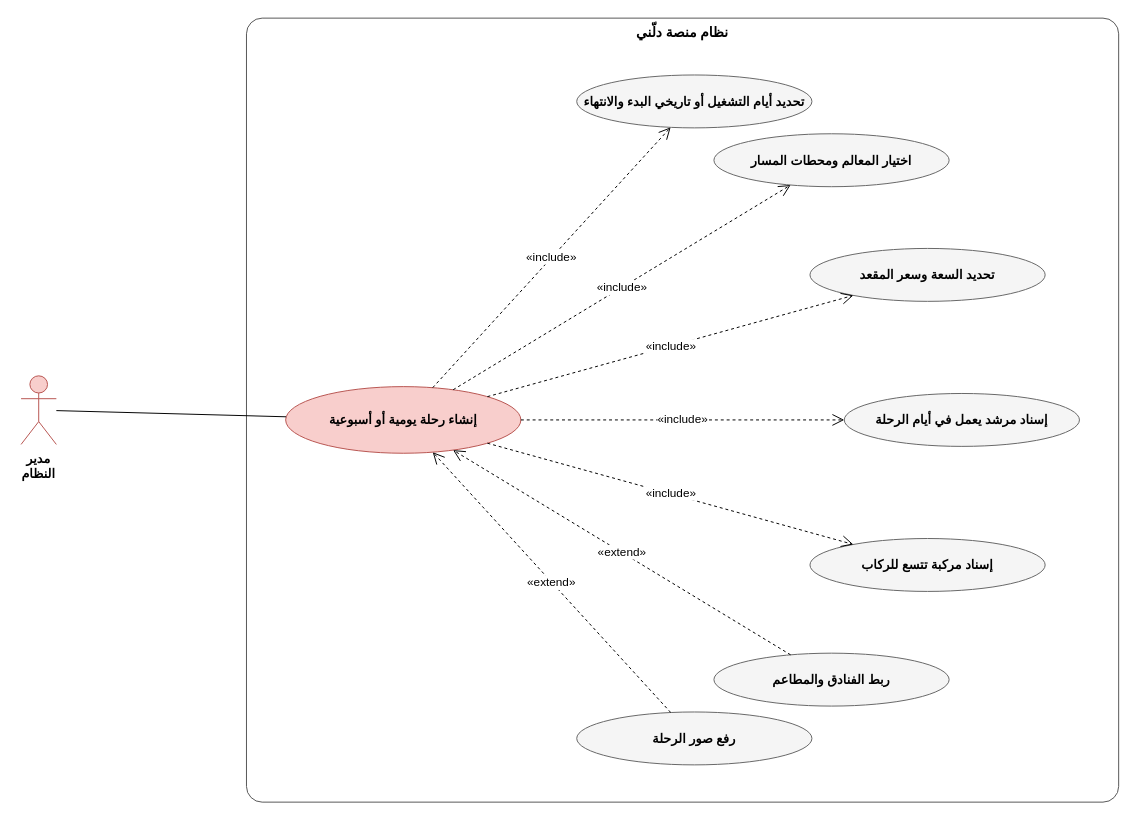
The draw.io diagram مخططات_التحليل_drawio/uc06_create_trip.drawio in masara-prog/Delni-project, before the edit. Source tidied: cells renumbered, new cells numbered last; positions are measured from the earlier drawing's top-left corner, leaving out a move shared by most shapes. Both pictures are drawn from the tidied source at 98%, with x=0, y=0 at pixel (21, 18).
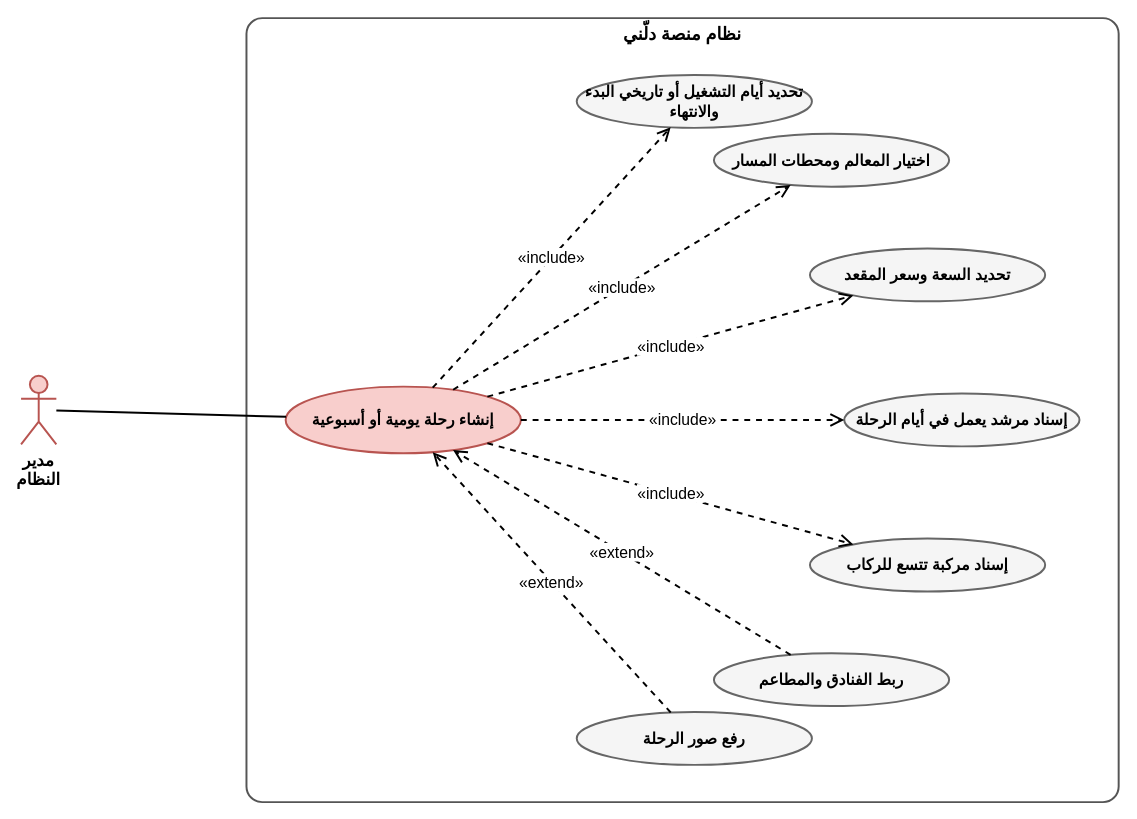
Above is the later version.

Change to the diagram source:
```diff
@@
 <mxGraphModel>
   <root>
     <mxCell id="0" />
     <mxCell id="1" parent="0" />
-    <mxCell id="2" value="إنشاء رحلة يومية أو أسبوعية" style="ellipse;html=1;whiteSpace=wrap;fontFamily=Arial;fontSize=13;fontStyle=1;fillColor=#f8cecc;strokeColor=#b85450;" parent="1" vertex="1">
+    <mxCell id="2" value="إنشاء رحلة يومية أو أسبوعية" style="ellipse;html=1;whiteSpace=wrap;fontFamily=Arial;fontSize=16;fontStyle=1;fillColor=#f8cecc;strokeColor=#b85450;strokeWidth=2;" parent="1" vertex="1">
       <mxGeometry x="270" y="376" width="240" height="68" as="geometry" />
     </mxCell>
-    <mxCell id="3" value="مدير النظام" style="shape=umlActor;verticalLabelPosition=bottom;verticalAlign=top;html=1;whiteSpace=wrap;fontFamily=Arial;fontSize=13;fontStyle=1;fillColor=#f8cecc;strokeColor=#b85450;" parent="1" vertex="1">
+    <mxCell id="3" value="مدير النظام" style="shape=umlActor;verticalLabelPosition=bottom;verticalAlign=top;html=1;whiteSpace=wrap;fontFamily=Arial;fontSize=17;fontStyle=1;fillColor=#f8cecc;strokeColor=#b85450;strokeWidth=2;" parent="1" vertex="1">
       <mxGeometry y="365" width="36" height="70" as="geometry" />
     </mxCell>
-    <mxCell id="4" value="تحديد أيام التشغيل أو تاريخي البدء والانتهاء" style="ellipse;html=1;whiteSpace=wrap;fontFamily=Arial;fontSize=13;fontStyle=1;fillColor=#f5f5f5;strokeColor=#666666;" parent="1" vertex="1">
+    <mxCell id="4" value="تحديد أيام التشغيل أو تاريخي البدء والانتهاء" style="ellipse;html=1;whiteSpace=wrap;fontFamily=Arial;fontSize=16;fontStyle=1;fillColor=#f5f5f5;strokeColor=#666666;strokeWidth=2;" parent="1" vertex="1">
       <mxGeometry x="567" y="58" width="240" height="54" as="geometry" />
     </mxCell>
-    <mxCell id="5" value="اختيار المعالم ومحطات المسار" style="ellipse;html=1;whiteSpace=wrap;fontFamily=Arial;fontSize=13;fontStyle=1;fillColor=#f5f5f5;strokeColor=#666666;" parent="1" vertex="1">
+    <mxCell id="5" value="اختيار المعالم ومحطات المسار" style="ellipse;html=1;whiteSpace=wrap;fontFamily=Arial;fontSize=16;fontStyle=1;fillColor=#f5f5f5;strokeColor=#666666;strokeWidth=2;" parent="1" vertex="1">
       <mxGeometry x="707" y="118" width="240" height="54" as="geometry" />
     </mxCell>
-    <mxCell id="6" value="تحديد السعة وسعر المقعد" style="ellipse;html=1;whiteSpace=wrap;fontFamily=Arial;fontSize=13;fontStyle=1;fillColor=#f5f5f5;strokeColor=#666666;" parent="1" vertex="1">
+    <mxCell id="6" value="تحديد السعة وسعر المقعد" style="ellipse;html=1;whiteSpace=wrap;fontFamily=Arial;fontSize=16;fontStyle=1;fillColor=#f5f5f5;strokeColor=#666666;strokeWidth=2;" parent="1" vertex="1">
       <mxGeometry x="805" y="235" width="240" height="54" as="geometry" />
     </mxCell>
-    <mxCell id="7" value="إسناد مرشد يعمل في أيام الرحلة" style="ellipse;html=1;whiteSpace=wrap;fontFamily=Arial;fontSize=13;fontStyle=1;fillColor=#f5f5f5;strokeColor=#666666;" parent="1" vertex="1">
+    <mxCell id="7" value="إسناد مرشد يعمل في أيام الرحلة" style="ellipse;html=1;whiteSpace=wrap;fontFamily=Arial;fontSize=16;fontStyle=1;fillColor=#f5f5f5;strokeColor=#666666;strokeWidth=2;" parent="1" vertex="1">
       <mxGeometry x="840" y="383" width="240" height="54" as="geometry" />
     </mxCell>
-    <mxCell id="8" value="إسناد مركبة تتسع للركاب" style="ellipse;html=1;whiteSpace=wrap;fontFamily=Arial;fontSize=13;fontStyle=1;fillColor=#f5f5f5;strokeColor=#666666;" parent="1" vertex="1">
+    <mxCell id="8" value="إسناد مركبة تتسع للركاب" style="ellipse;html=1;whiteSpace=wrap;fontFamily=Arial;fontSize=16;fontStyle=1;fillColor=#f5f5f5;strokeColor=#666666;strokeWidth=2;" parent="1" vertex="1">
       <mxGeometry x="805" y="531" width="240" height="54" as="geometry" />
     </mxCell>
-    <mxCell id="9" value="ربط الفنادق والمطاعم" style="ellipse;html=1;whiteSpace=wrap;fontFamily=Arial;fontSize=13;fontStyle=1;fillColor=#f5f5f5;strokeColor=#666666;" parent="1" vertex="1">
+    <mxCell id="9" value="ربط الفنادق والمطاعم" style="ellipse;html=1;whiteSpace=wrap;fontFamily=Arial;fontSize=16;fontStyle=1;fillColor=#f5f5f5;strokeColor=#666666;strokeWidth=2;" parent="1" vertex="1">
       <mxGeometry x="707" y="648" width="240" height="54" as="geometry" />
     </mxCell>
-    <mxCell id="10" value="رفع صور الرحلة" style="ellipse;html=1;whiteSpace=wrap;fontFamily=Arial;fontSize=13;fontStyle=1;fillColor=#f5f5f5;strokeColor=#666666;" parent="1" vertex="1">
+    <mxCell id="10" value="رفع صور الرحلة" style="ellipse;html=1;whiteSpace=wrap;fontFamily=Arial;fontSize=16;fontStyle=1;fillColor=#f5f5f5;strokeColor=#666666;strokeWidth=2;" parent="1" vertex="1">
       <mxGeometry x="567" y="708" width="240" height="54" as="geometry" />
     </mxCell>
-    <mxCell id="11" value="نظام منصة دلّني" style="rounded=1;arcSize=2;verticalAlign=top;fillColor=none;html=1;whiteSpace=wrap;fontFamily=Arial;fontSize=14;fontStyle=1;strokeColor=#555555;" parent="1" vertex="1">
+    <mxCell id="11" value="نظام منصة دلّني" style="rounded=1;arcSize=2;verticalAlign=top;fillColor=none;html=1;whiteSpace=wrap;fontFamily=Arial;fontSize=18;fontStyle=1;strokeColor=#555555;strokeWidth=2;" parent="1" vertex="1">
       <mxGeometry x="230" width="890" height="800" as="geometry" />
     </mxCell>
-    <mxCell id="12" style="endArrow=none;html=1;rounded=0;fontFamily=Arial;fontSize=12;labelBackgroundColor=#ffffff;" parent="1" edge="1" source="3" target="2">
+    <mxCell id="12" style="endArrow=none;html=1;rounded=0;fontFamily=Arial;fontSize=16;labelBackgroundColor=#ffffff;strokeWidth=2;" parent="1" edge="1" source="3" target="2">
       <mxGeometry relative="1" as="geometry" />
     </mxCell>
-    <mxCell id="13" value="«include»" style="dashed=1;endArrow=open;endSize=10;html=1;rounded=0;fontFamily=Arial;fontSize=12;labelBackgroundColor=#ffffff;" parent="1" edge="1" source="2" target="4">
+    <mxCell id="13" value="«include»" style="dashed=1;endArrow=open;endSize=10;html=1;rounded=0;fontFamily=Arial;fontSize=16;labelBackgroundColor=#ffffff;strokeWidth=2;" parent="1" edge="1" source="2" target="4">
       <mxGeometry relative="1" as="geometry" />
     </mxCell>
-    <mxCell id="14" value="«include»" style="dashed=1;endArrow=open;endSize=10;html=1;rounded=0;fontFamily=Arial;fontSize=12;labelBackgroundColor=#ffffff;" parent="1" edge="1" source="2" target="5">
+    <mxCell id="14" value="«include»" style="dashed=1;endArrow=open;endSize=10;html=1;rounded=0;fontFamily=Arial;fontSize=16;labelBackgroundColor=#ffffff;strokeWidth=2;" parent="1" edge="1" source="2" target="5">
       <mxGeometry relative="1" as="geometry" />
     </mxCell>
-    <mxCell id="15" value="«include»" style="dashed=1;endArrow=open;endSize=10;html=1;rounded=0;fontFamily=Arial;fontSize=12;labelBackgroundColor=#ffffff;" parent="1" edge="1" source="2" target="6">
+    <mxCell id="15" value="«include»" style="dashed=1;endArrow=open;endSize=10;html=1;rounded=0;fontFamily=Arial;fontSize=16;labelBackgroundColor=#ffffff;strokeWidth=2;" parent="1" edge="1" source="2" target="6">
       <mxGeometry relative="1" as="geometry" />
     </mxCell>
-    <mxCell id="16" value="«include»" style="dashed=1;endArrow=open;endSize=10;html=1;rounded=0;fontFamily=Arial;fontSize=12;labelBackgroundColor=#ffffff;" parent="1" edge="1" source="2" target="7">
+    <mxCell id="16" value="«include»" style="dashed=1;endArrow=open;endSize=10;html=1;rounded=0;fontFamily=Arial;fontSize=16;labelBackgroundColor=#ffffff;strokeWidth=2;" parent="1" edge="1" source="2" target="7">
       <mxGeometry relative="1" as="geometry" />
     </mxCell>
-    <mxCell id="17" value="«include»" style="dashed=1;endArrow=open;endSize=10;html=1;rounded=0;fontFamily=Arial;fontSize=12;labelBackgroundColor=#ffffff;" parent="1" edge="1" source="2" target="8">
+    <mxCell id="17" value="«include»" style="dashed=1;endArrow=open;endSize=10;html=1;rounded=0;fontFamily=Arial;fontSize=16;labelBackgroundColor=#ffffff;strokeWidth=2;" parent="1" edge="1" source="2" target="8">
       <mxGeometry relative="1" as="geometry" />
     </mxCell>
-    <mxCell id="18" value="«extend»" style="dashed=1;endArrow=open;endSize=10;html=1;rounded=0;fontFamily=Arial;fontSize=12;labelBackgroundColor=#ffffff;" parent="1" edge="1" source="9" target="2">
+    <mxCell id="18" value="«extend»" style="dashed=1;endArrow=open;endSize=10;html=1;rounded=0;fontFamily=Arial;fontSize=16;labelBackgroundColor=#ffffff;strokeWidth=2;" parent="1" edge="1" source="9" target="2">
       <mxGeometry relative="1" as="geometry" />
     </mxCell>
-    <mxCell id="19" value="«extend»" style="dashed=1;endArrow=open;endSize=10;html=1;rounded=0;fontFamily=Arial;fontSize=12;labelBackgroundColor=#ffffff;" parent="1" edge="1" source="10" target="2">
+    <mxCell id="19" value="«extend»" style="dashed=1;endArrow=open;endSize=10;html=1;rounded=0;fontFamily=Arial;fontSize=16;labelBackgroundColor=#ffffff;strokeWidth=2;" parent="1" edge="1" source="10" target="2">
       <mxGeometry relative="1" as="geometry" />
     </mxCell>
   </root>
 </mxGraphModel>
```
